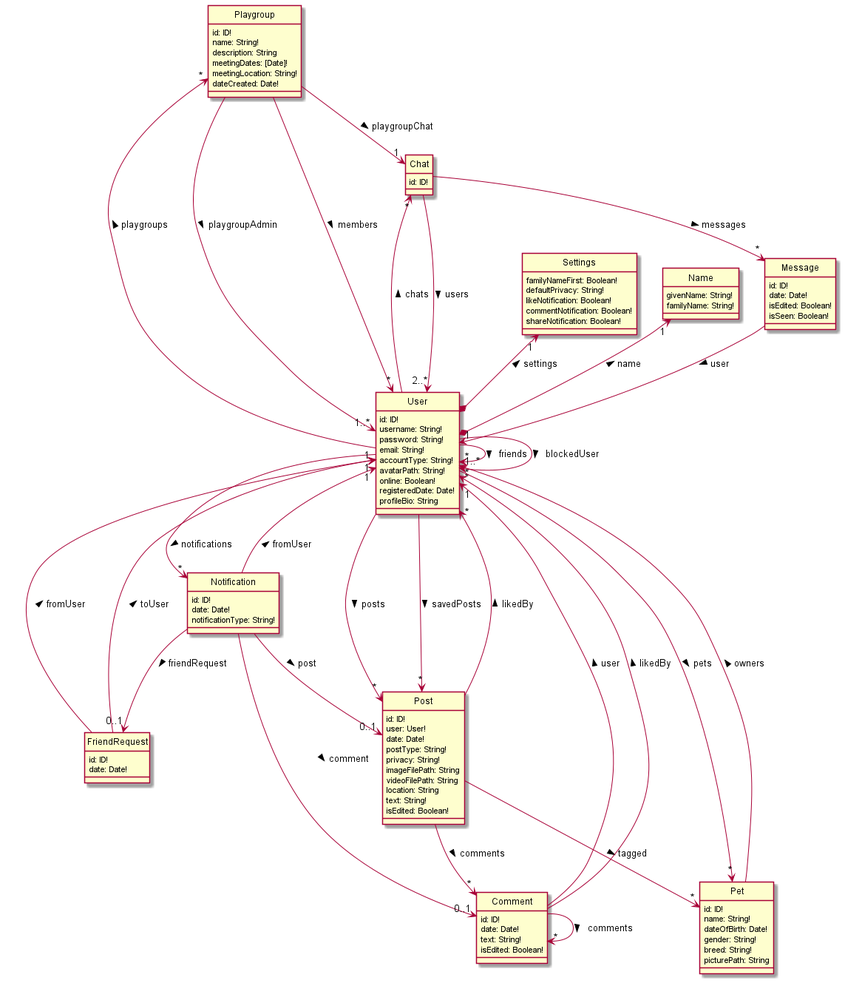
This is docs/uml/DataSchemaExplicitConnections.png from bryanwhl/pet-social, a PlantUML export, as it was before one commit.
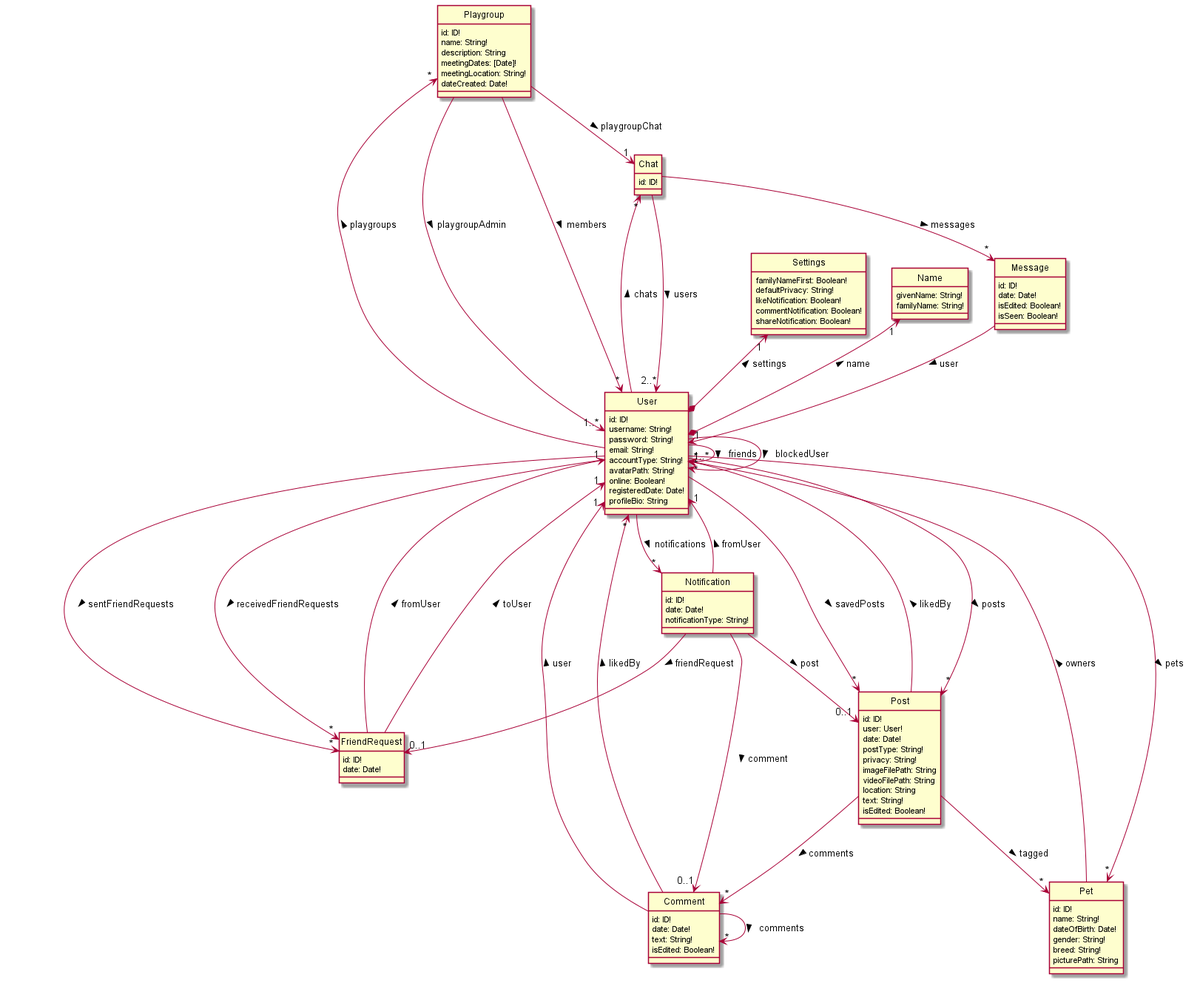
The same file after the commit.

What changed in the source:
```diff
@@ -94,6 +94,8 @@
 User --> "*" Post : posts >
 User --> "*" Post : savedPosts >
 User -up-> "*" Chat: chats >
+User --> "*" FriendRequest: sentFriendRequests >
+User --> "*" FriendRequest: receivedFriendRequests >
 User --> "*" Notification: notifications >
 User -up-> "*" Playgroup: playgroups >
 User --> "*" Pet: pets >
```
